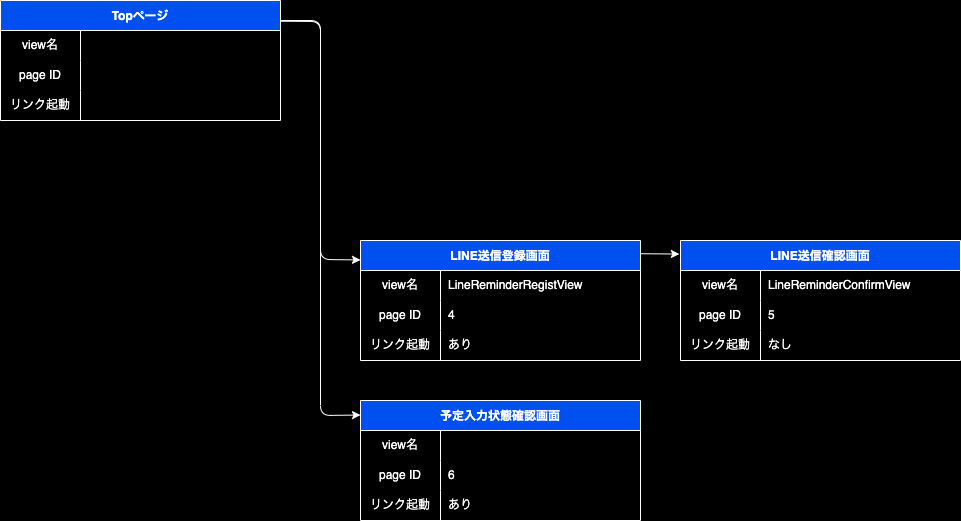
Earlier version of the draw.io export 02_裏方作業システム/01_画面設計書/view_transition_diagram.drawio.png (ShigaFreedom/document_freedom_system). Source tidied: cells renumbered, new cells last; positions are measured from the earlier drawing's top-left corner, leaving out a move shared by most shapes.
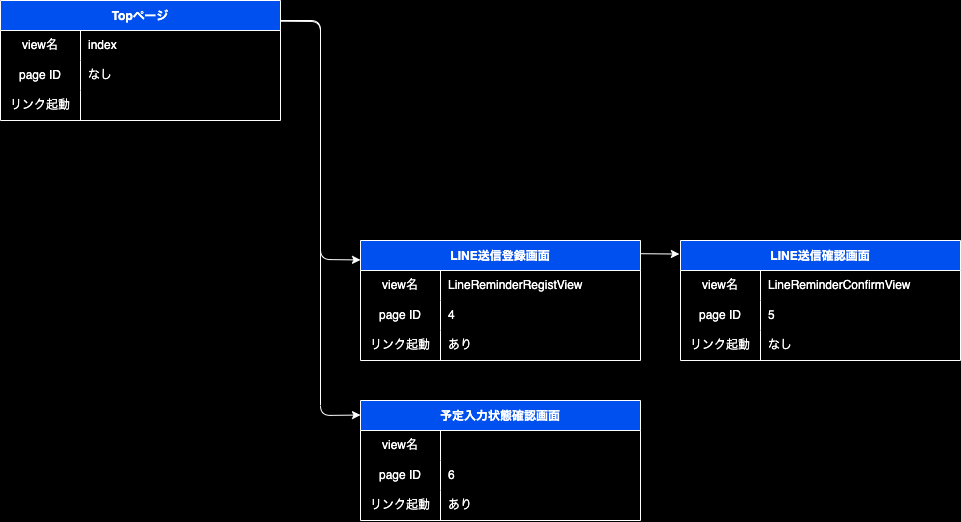
After the change.

The edit, as a diff of the source:
```diff
@@ -2,7 +2,7 @@
   <root>
     <mxCell id="0" />
     <mxCell id="1" parent="0" />
-    <mxCell id="2" value="Topページ" style="shape=table;startSize=30;rowLines=0;fontStyle=1;strokeColor=#FFFFFF;fillColor=#0050ef;fontColor=#ffffff;" parent="1" vertex="1">
+    <mxCell id="2" value="Topページ" style="shape=table;startSize=30;rowLines=0;fontStyle=1;strokeColor=#FFFFFF;fillColor=#0050ef;fontColor=#FFFFFF;" parent="1" vertex="1">
       <mxGeometry width="280" height="120" as="geometry" />
     </mxCell>
     <mxCell id="3" style="shape=tableRow;horizontal=0;startSize=0;swimlaneHead=0;swimlaneBody=0;top=0;left=0;bottom=0;right=0;fillColor=none;strokeColor=#FFFFFF;" parent="2" vertex="1">
@@ -11,7 +11,7 @@
     <mxCell id="4" value="view名" style="shape=partialRectangle;html=1;whiteSpace=wrap;fillColor=none;top=0;left=0;bottom=0;right=0;overflow=hidden;strokeColor=#FFFFFF;fontColor=#FFFFFF;" parent="3" vertex="1">
       <mxGeometry width="80" height="30" as="geometry" />
     </mxCell>
-    <mxCell id="5" value="index" style="shape=partialRectangle;html=1;whiteSpace=wrap;fillColor=none;top=0;left=0;bottom=0;right=0;align=left;spacingLeft=6;overflow=hidden;strokeColor=#FFFFFF;" parent="3" vertex="1">
+    <mxCell id="5" value="index" style="shape=partialRectangle;html=1;whiteSpace=wrap;fillColor=none;top=0;left=0;bottom=0;right=0;align=left;spacingLeft=6;overflow=hidden;strokeColor=#FFFFFF;fontColor=#FFFFFF;" parent="3" vertex="1">
       <mxGeometry x="80" width="200" height="30" as="geometry" />
     </mxCell>
     <mxCell id="6" style="shape=tableRow;horizontal=0;startSize=0;swimlaneHead=0;swimlaneBody=0;top=0;left=0;bottom=0;right=0;fillColor=none;strokeColor=#FFFFFF;" parent="2" vertex="1">
@@ -20,7 +20,7 @@
     <mxCell id="7" value="page ID" style="shape=partialRectangle;html=1;whiteSpace=wrap;fillColor=none;top=0;left=0;bottom=0;right=0;overflow=hidden;strokeColor=#FFFFFF;fontColor=#FFFFFF;" parent="6" vertex="1">
       <mxGeometry width="80" height="30" as="geometry" />
     </mxCell>
-    <mxCell id="8" value="なし" style="shape=partialRectangle;html=1;whiteSpace=wrap;fillColor=none;top=0;left=0;bottom=0;right=0;align=left;spacingLeft=6;overflow=hidden;strokeColor=#FFFFFF;" parent="6" vertex="1">
+    <mxCell id="8" value="なし" style="shape=partialRectangle;html=1;whiteSpace=wrap;fillColor=none;top=0;left=0;bottom=0;right=0;align=left;spacingLeft=6;overflow=hidden;strokeColor=#FFFFFF;fontColor=#FFFFFF;" parent="6" vertex="1">
       <mxGeometry x="80" width="200" height="30" as="geometry" />
     </mxCell>
     <mxCell id="9" style="shape=tableRow;horizontal=0;startSize=0;swimlaneHead=0;swimlaneBody=0;top=0;left=0;bottom=0;right=0;fillColor=none;strokeColor=#FFFFFF;" parent="2" vertex="1">
@@ -29,7 +29,7 @@
     <mxCell id="10" value="リンク起動" style="shape=partialRectangle;html=1;whiteSpace=wrap;fillColor=none;top=0;left=0;bottom=0;right=0;overflow=hidden;strokeColor=#FFFFFF;fontColor=#FFFFFF;" parent="9" vertex="1">
       <mxGeometry width="80" height="30" as="geometry" />
     </mxCell>
-    <mxCell id="11" style="shape=partialRectangle;html=1;whiteSpace=wrap;fillColor=none;top=0;left=0;bottom=0;right=0;align=left;spacingLeft=6;overflow=hidden;strokeColor=#FFFFFF;" parent="9" vertex="1">
+    <mxCell id="11" style="shape=partialRectangle;html=1;whiteSpace=wrap;fillColor=none;top=0;left=0;bottom=0;right=0;align=left;spacingLeft=6;overflow=hidden;strokeColor=#FFFFFF;fontColor=#FFFFFF;" parent="9" vertex="1">
       <mxGeometry x="80" width="200" height="30" as="geometry" />
     </mxCell>
     <mxCell id="12" style="endArrow=classic;html=1;strokeColor=#FFFFFF;exitX=1;exitY=0.173;exitDx=0;exitDy=0;entryX=0;entryY=0.162;entryDx=0;entryDy=0;exitPerimeter=0;entryPerimeter=0;" parent="1" edge="1" source="2" target="13">
```
